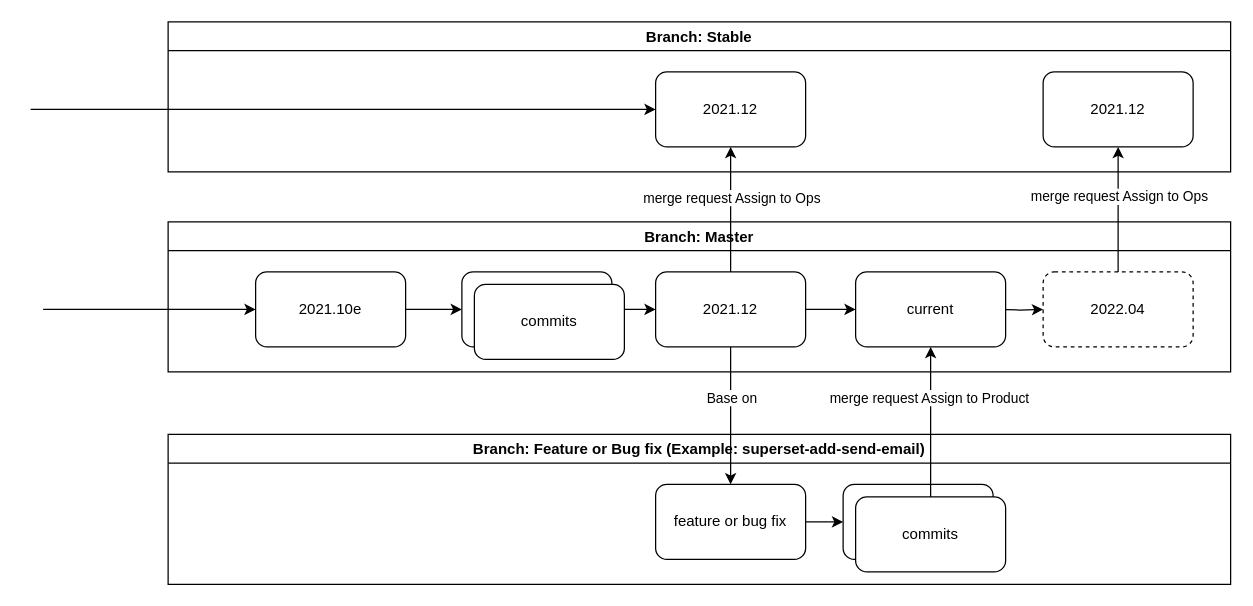
Above: standalone-version-controll.drawio in QAlexBall/diagrams (draw.io), before the change. Source tidied: cells renumbered, new cells numbered last; positions are measured from the earlier drawing's top-left corner, leaving out a move shared by most shapes. Both pictures are drawn from the tidied source at 125%, with x=0, y=0 at pixel (30, 21).
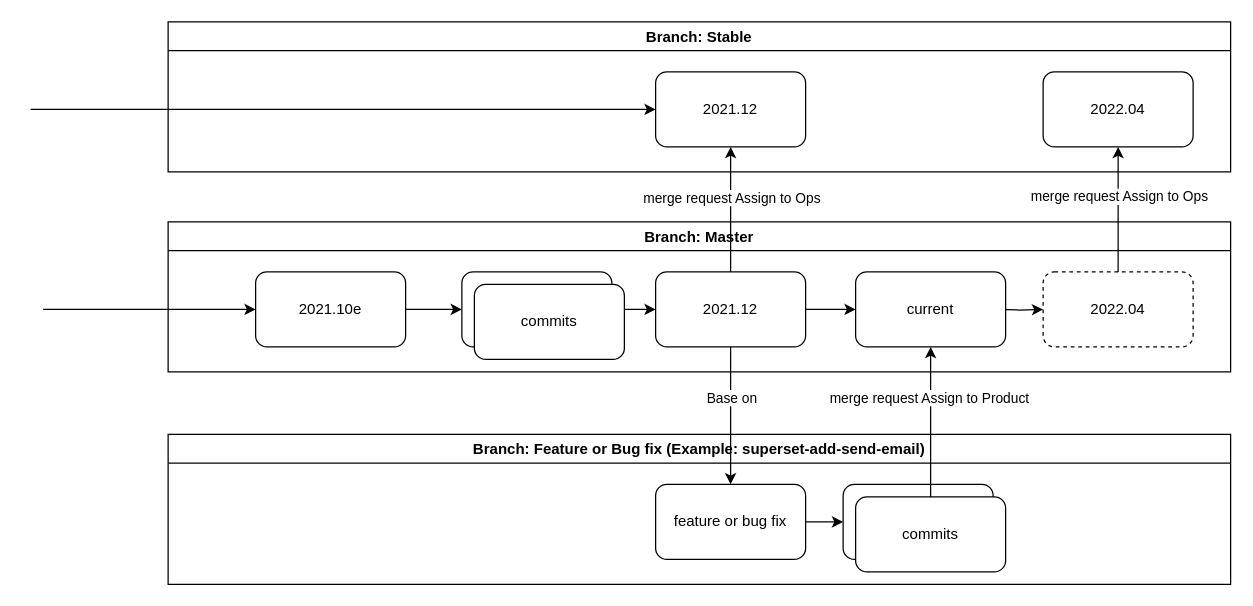
Above is the later version.

Unchanged cells that the change refers to:
```xml
<mxCell id="13" value="Branch: Stable" style="swimlane;" parent="1" vertex="1">
  <mxGeometry x="110" width="850" height="120" as="geometry" />
</mxCell>
```

Change to the diagram source:
```diff
@@
-    <mxCell id="15" value="2021.12" style="rounded=1;whiteSpace=wrap;html=1;" parent="13" vertex="1">
+    <mxCell id="15" value="2022.04" style="rounded=1;whiteSpace=wrap;html=1;" parent="13" vertex="1">
       <mxGeometry x="700" y="40" width="120" height="60" as="geometry" />
     </mxCell>
```
